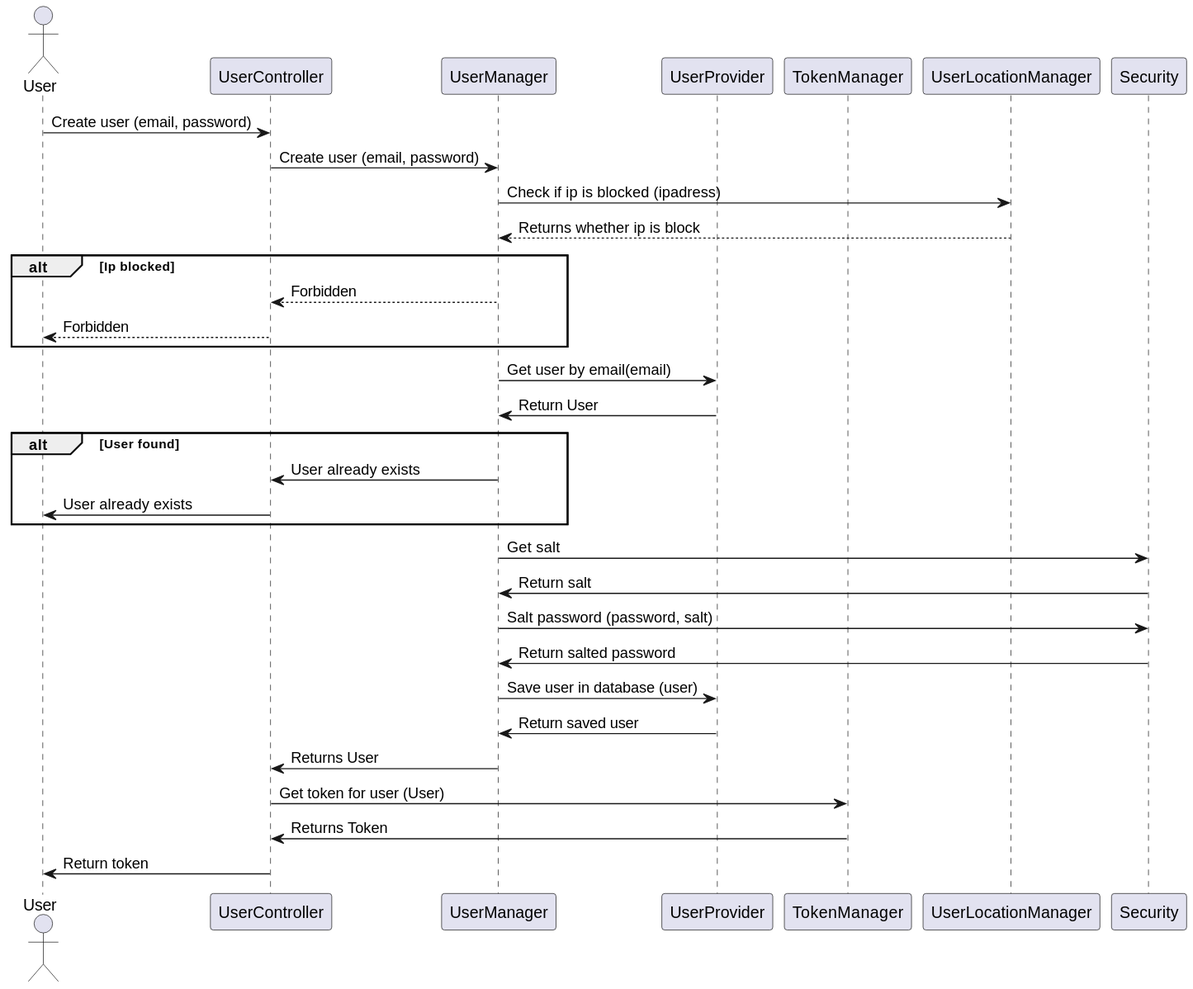
Above: Docs/out/SDDiagrams/CreateUserSD/Create User SD.svg in blackout1471/trust-us-school (PlantUML), before the change.
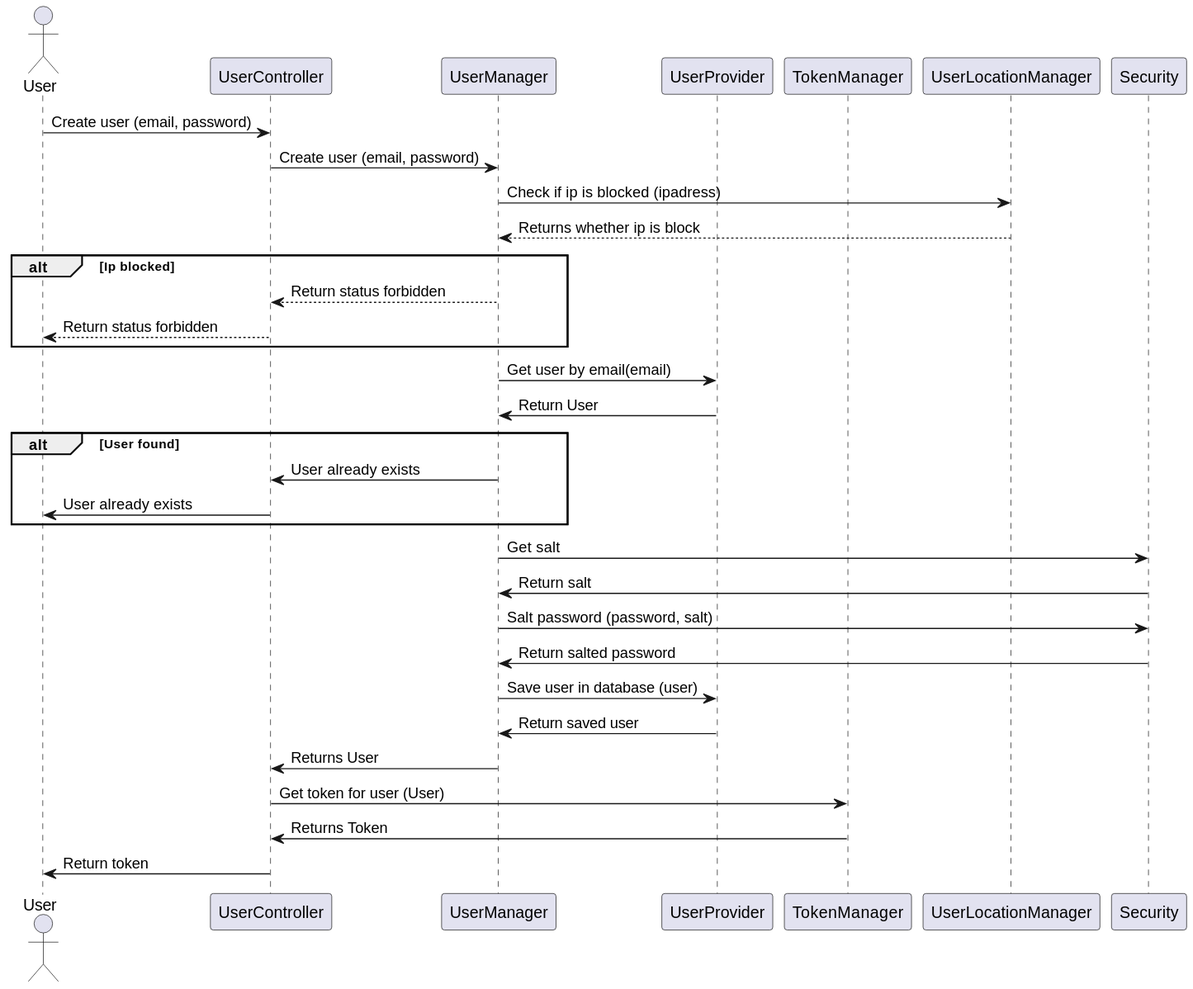
After the change.

Change to the diagram source:
```diff
@@ -17,8 +17,8 @@
 UserLocationManager-->UserManager: Returns whether ip is block
 
 alt Ip blocked
-UserManager-->UserController: Forbidden
-UserController-->User: Forbidden
+UserManager-->UserController: Return status forbidden
+UserController-->User: Return status forbidden
 end
 
 UserManager->UserProvider: Get user by email(email)
```
